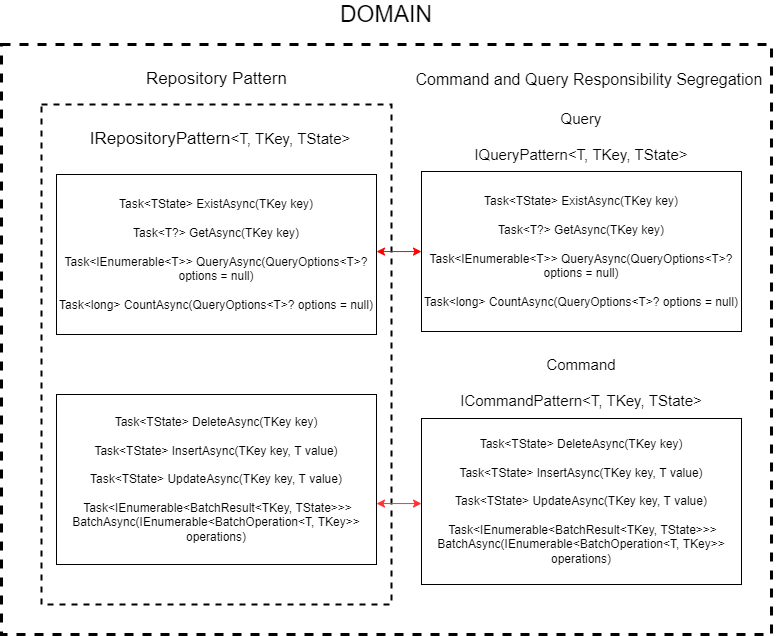
Before: RepositoryFramework.Abstractions.png, a diagram exported from draw.io (KeyserDSoze/RepositoryFramework). Source tidied: cells renumbered, new cells last; positions are measured from the earlier drawing's top-left corner, leaving out a move shared by most shapes.
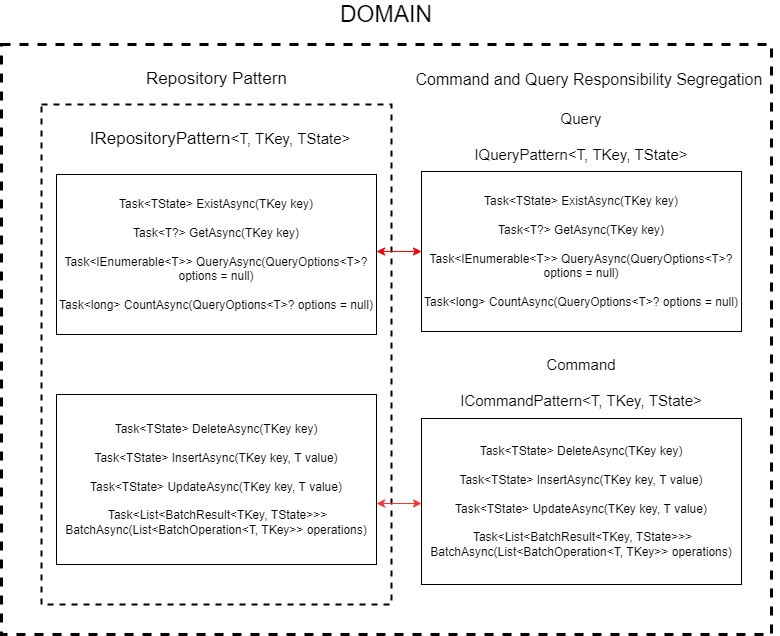
Later version of the same file.

Change to the diagram source:
```diff
@@ -33,7 +33,7 @@
         </Array>
       </mxGeometry>
     </mxCell>
-    <mxCell id="9" value="Task&amp;lt;TState&amp;gt; DeleteAsync(TKey key)&lt;br&gt;&lt;br&gt;Task&amp;lt;TState&amp;gt; InsertAsync(TKey key, T value)&lt;br&gt;&lt;br&gt;Task&amp;lt;TState&amp;gt; UpdateAsync(TKey key, T value)&lt;br&gt;&lt;br&gt;&amp;nbsp;Task&amp;lt;IEnumerable&amp;lt;BatchResult&amp;lt;TKey, TState&amp;gt;&amp;gt;&amp;gt; BatchAsync(IEnumerable&amp;lt;BatchOperation&amp;lt;T, TKey&amp;gt;&amp;gt; operations)" style="rounded=0;whiteSpace=wrap;html=1;" parent="1" vertex="1">
+    <mxCell id="9" value="Task&amp;lt;TState&amp;gt; DeleteAsync(TKey key)&lt;br&gt;&lt;br&gt;Task&amp;lt;TState&amp;gt; InsertAsync(TKey key, T value)&lt;br&gt;&lt;br&gt;Task&amp;lt;TState&amp;gt; UpdateAsync(TKey key, T value)&lt;br&gt;&lt;br&gt;&amp;nbsp;Task&amp;lt;List&amp;lt;BatchResult&amp;lt;TKey, TState&amp;gt;&amp;gt;&amp;gt; BatchAsync(List&amp;lt;BatchOperation&amp;lt;T, TKey&amp;gt;&amp;gt; operations)" style="rounded=0;whiteSpace=wrap;html=1;" parent="1" vertex="1">
       <mxGeometry x="420" y="374" width="320" height="166" as="geometry" />
     </mxCell>
     <mxCell id="10" value="Query&lt;br&gt;&lt;br&gt;IQueryPattern&amp;lt;T, TKey, TState&amp;gt;" style="text;html=1;strokeColor=none;fillColor=none;align=center;verticalAlign=middle;whiteSpace=wrap;rounded=0;fontSize=15;" parent="1" vertex="1">
@@ -42,7 +42,7 @@
     <mxCell id="11" value="Task&amp;lt;TState&amp;gt; ExistAsync(TKey key)&lt;br&gt;&lt;br&gt;Task&amp;lt;T?&amp;gt; GetAsync(TKey key)&lt;br&gt;&lt;br&gt;Task&amp;lt;IEnumerable&amp;lt;T&amp;gt;&amp;gt; QueryAsync(QueryOptions&amp;lt;T&amp;gt;? options = null)&lt;br&gt;&lt;br&gt;Task&amp;lt;long&amp;gt; CountAsync(QueryOptions&amp;lt;T&amp;gt;? options = null)" style="rounded=0;whiteSpace=wrap;html=1;" parent="1" vertex="1">
       <mxGeometry x="55" y="130" width="320" height="160" as="geometry" />
     </mxCell>
-    <mxCell id="12" value="Task&amp;lt;TState&amp;gt; DeleteAsync(TKey key)&lt;br&gt;&lt;br&gt;Task&amp;lt;TState&amp;gt; InsertAsync(TKey key, T value)&lt;br&gt;&lt;br&gt;Task&amp;lt;TState&amp;gt; UpdateAsync(TKey key, T value)&lt;br&gt;&lt;br&gt;&amp;nbsp;Task&amp;lt;IEnumerable&amp;lt;BatchResult&amp;lt;TKey, TState&amp;gt;&amp;gt;&amp;gt; BatchAsync(IEnumerable&amp;lt;BatchOperation&amp;lt;T, TKey&amp;gt;&amp;gt; operations)" style="rounded=0;whiteSpace=wrap;html=1;" parent="1" vertex="1">
+    <mxCell id="12" value="Task&amp;lt;TState&amp;gt; DeleteAsync(TKey key)&lt;br&gt;&lt;br&gt;Task&amp;lt;TState&amp;gt; InsertAsync(TKey key, T value)&lt;br&gt;&lt;br&gt;Task&amp;lt;TState&amp;gt; UpdateAsync(TKey key, T value)&lt;br&gt;&lt;br&gt;&amp;nbsp;Task&amp;lt;List&amp;lt;BatchResult&amp;lt;TKey, TState&amp;gt;&amp;gt;&amp;gt; BatchAsync(List&amp;lt;BatchOperation&amp;lt;T, TKey&amp;gt;&amp;gt; operations)" style="rounded=0;whiteSpace=wrap;html=1;" parent="1" vertex="1">
       <mxGeometry x="55" y="350" width="320" height="170" as="geometry" />
     </mxCell>
     <mxCell id="13" value="Command&lt;br&gt;&lt;br&gt;ICommandPattern&amp;lt;T, TKey, TState&amp;gt;" style="text;html=1;strokeColor=none;fillColor=none;align=center;verticalAlign=middle;whiteSpace=wrap;rounded=0;fontSize=15;" parent="1" vertex="1">
```
